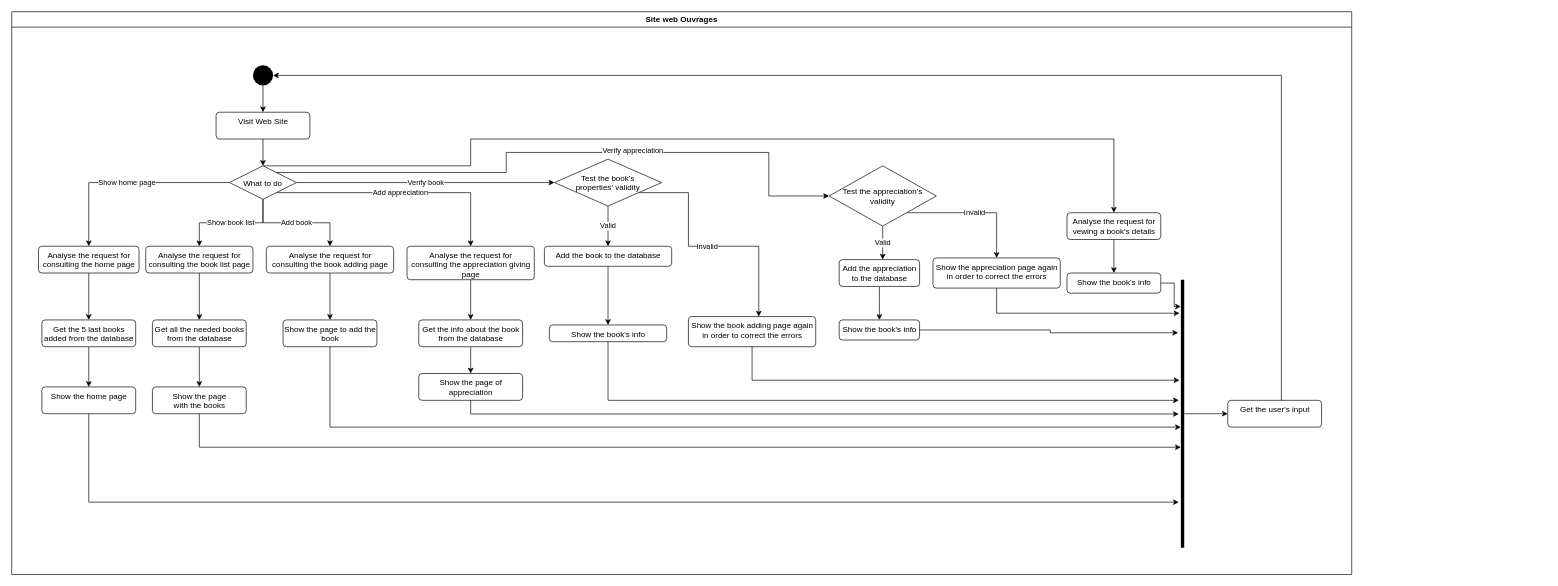
The draw.io diagram 01-Documents/UML/02-Activity/D-P_Web2-AurélienDevaud-UMLActivityDiagram.drawio in dam277/P_Web_2, before the edit. Source tidied: cells renumbered, new cells numbered last; positions are measured from the earlier drawing's top-left corner, leaving out a move shared by most shapes. Both pictures are drawn from the tidied source at 67%, with x=0, y=0 at pixel (11, 11).
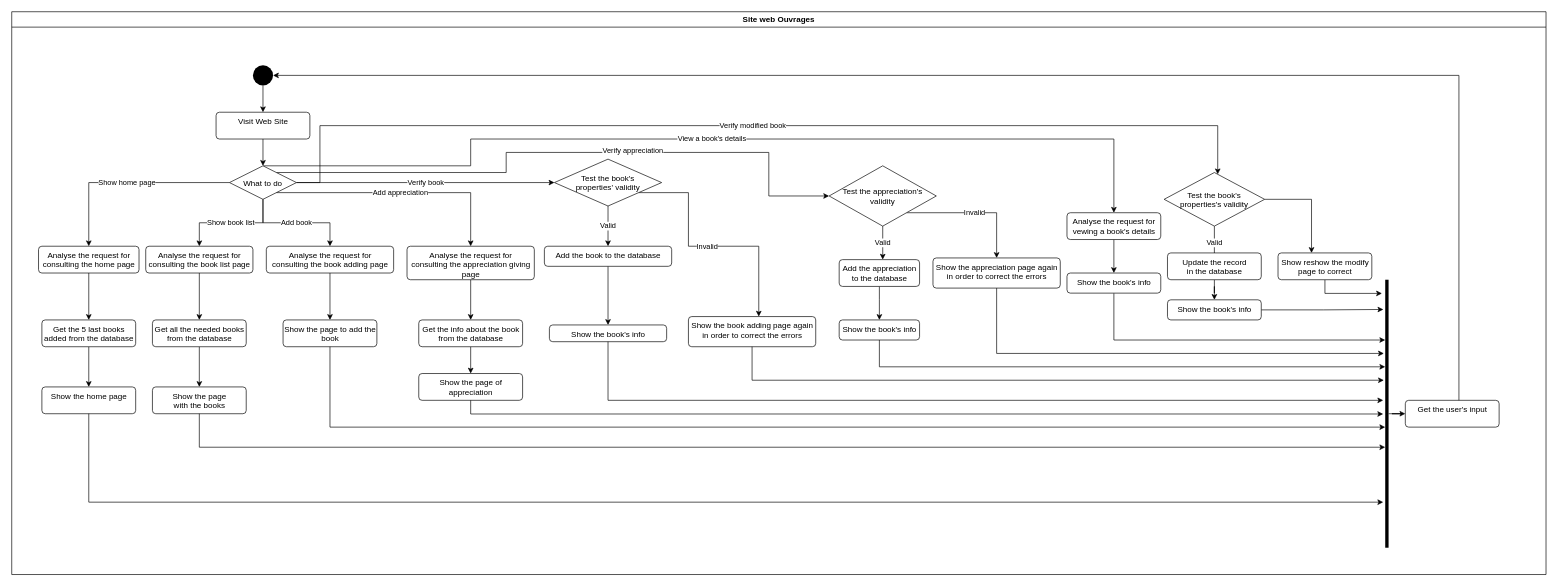
The same diagram, later.

Commit message (it also covers changes not shown here):
Database and class diagram

The change refers to these unchanged cells:
```xml
<mxCell id="4" style="ellipse;fillColor=#000000;strokeColor=none;" parent="2" vertex="1">
  <mxGeometry x="360" y="80" width="30" height="30" as="geometry" />
</mxCell>
<mxCell id="15" value="What to do" style="rhombus;" parent="2" vertex="1">
  <mxGeometry x="325" y="230" width="100" height="50" as="geometry" />
</mxCell>
<mxCell id="46" value="Show the book's info" style="html=1;align=center;verticalAlign=top;rounded=1;absoluteArcSize=1;arcSize=10;dashed=0;" parent="2" vertex="1">
  <mxGeometry x="1235" y="460" width="120" height="30" as="geometry" />
</mxCell>
<mxCell id="59" value="&lt;div&gt;Show the appreciation page again&lt;/div&gt;&lt;div&gt;in order to correct the errors&lt;br&gt;&lt;/div&gt;" style="html=1;align=center;verticalAlign=top;rounded=1;absoluteArcSize=1;arcSize=10;dashed=0;" parent="2" vertex="1">
  <mxGeometry x="1375" y="367.5" width="190" height="45" as="geometry" />
</mxCell>
<mxCell id="61" value="&lt;div&gt;Analyse the request for &lt;br&gt;&lt;/div&gt;&lt;div&gt;vewing a book's details&lt;/div&gt;" style="html=1;align=center;verticalAlign=top;rounded=1;absoluteArcSize=1;arcSize=10;dashed=0;" parent="2" vertex="1">
  <mxGeometry x="1575" y="300" width="140" height="40" as="geometry" />
</mxCell>
<mxCell id="63" value="Show the book's info" style="html=1;align=center;verticalAlign=top;rounded=1;absoluteArcSize=1;arcSize=10;dashed=0;" parent="2" vertex="1">
  <mxGeometry x="1575" y="390" width="140" height="30" as="geometry" />
</mxCell>
```

What changed in the source:
```diff
@@
     <mxCell id="2" value="Site web Ouvrages" style="swimlane;" parent="1" vertex="1">
-      <mxGeometry width="2000" height="840" as="geometry" />
+      <mxGeometry width="2290" height="840" as="geometry" />
     </mxCell>
@@
-    <mxCell id="14" style="edgeStyle=orthogonalEdgeStyle;rounded=0;jettySize=auto;html=1;" parent="2" edge="1" source="15" target="61">
+    <mxCell id="14" value="View a book's details" style="edgeStyle=orthogonalEdgeStyle;rounded=0;jettySize=auto;html=1;" parent="2" edge="1" source="15" target="61">
       <mxGeometry relative="1" as="geometry">
         <Array as="points">
           <mxPoint x="685" y="230" />
           <mxPoint x="685" y="190" />
           <mxPoint x="1645" y="190" />
         </Array>
       </mxGeometry>
     </mxCell>
+    <mxCell id="64" value="Verify modified book" style="edgeStyle=orthogonalEdgeStyle;rounded=0;jettySize=auto;html=1;" parent="2" edge="1" source="15" target="67">
+      <mxGeometry relative="1" as="geometry">
+        <Array as="points">
+          <mxPoint x="460" y="255" />
+          <mxPoint x="460" y="170" />
+          <mxPoint x="1800" y="170" />
+        </Array>
+      </mxGeometry>
+    </mxCell>
@@
     <mxCell id="48" style="html=1;points=[];perimeter=orthogonalPerimeter;fillColor=#000000;strokeColor=none;" parent="2" vertex="1">
-      <mxGeometry x="1745" y="400" width="5" height="400" as="geometry" />
+      <mxGeometry x="2050" y="400" width="5" height="400" as="geometry" />
     </mxCell>
@@
     <mxCell id="50" value="Get the user's input" style="html=1;align=center;verticalAlign=top;rounded=1;absoluteArcSize=1;arcSize=10;dashed=0;" parent="2" vertex="1">
-      <mxGeometry x="1815" y="580" width="140" height="40" as="geometry" />
+      <mxGeometry x="2080" y="580" width="140" height="40" as="geometry" />
     </mxCell>
@@
-    <mxCell id="55" style="edgeStyle=orthogonalEdgeStyle;rounded=0;jettySize=auto;html=1;entryX=-0.8;entryY=0.198;entryDx=0;entryDy=0;entryPerimeter=0;" parent="2" edge="1" source="46" target="48">
-      <mxGeometry relative="1" as="geometry" />
+    <mxCell id="55" style="edgeStyle=orthogonalEdgeStyle;rounded=0;jettySize=auto;html=1;" parent="2" edge="1" source="46">
+      <mxGeometry relative="1" as="geometry">
+        <mxPoint x="2050" y="530" as="targetPoint" />
+        <Array as="points">
+          <mxPoint x="1295" y="530" />
+          <mxPoint x="2046" y="530" />
+        </Array>
+      </mxGeometry>
     </mxCell>
     <mxCell id="56" style="edgeStyle=orthogonalEdgeStyle;rounded=0;jettySize=auto;html=1;" parent="2" edge="1" source="50" target="4">
       <mxGeometry relative="1" as="geometry">
         <Array as="points">
-          <mxPoint x="1895" y="95" />
+          <mxPoint x="2160" y="95" />
         </Array>
       </mxGeometry>
     </mxCell>
@@
-    <mxCell id="58" style="edgeStyle=orthogonalEdgeStyle;rounded=0;jettySize=auto;html=1;entryX=-0.4;entryY=0.125;entryDx=0;entryDy=0;entryPerimeter=0;" parent="2" edge="1" source="59" target="48">
+    <mxCell id="58" style="edgeStyle=orthogonalEdgeStyle;rounded=0;jettySize=auto;html=1;" parent="2" edge="1" source="59">
       <mxGeometry relative="1" as="geometry">
+        <mxPoint x="2048" y="510" as="targetPoint" />
         <Array as="points">
-          <mxPoint x="1470" y="450" />
+          <mxPoint x="1470" y="510" />
+          <mxPoint x="2048" y="510" />
         </Array>
       </mxGeometry>
     </mxCell>
@@
-    <mxCell id="62" style="edgeStyle=orthogonalEdgeStyle;rounded=0;jettySize=auto;html=1;entryX=0;entryY=0.1;entryDx=0;entryDy=0;entryPerimeter=0;" parent="2" edge="1" source="63" target="48">
-      <mxGeometry relative="1" as="geometry" />
+    <mxCell id="62" style="edgeStyle=orthogonalEdgeStyle;rounded=0;jettySize=auto;html=1;" parent="2" edge="1" source="63">
+      <mxGeometry relative="1" as="geometry">
+        <mxPoint x="2050" y="490" as="targetPoint" />
+        <Array as="points">
+          <mxPoint x="1645" y="490" />
+          <mxPoint x="2050" y="490" />
+        </Array>
+      </mxGeometry>
     </mxCell>
@@
+    <mxCell id="65" value="Valid" style="edgeStyle=orthogonalEdgeStyle;rounded=0;jettySize=auto;html=1;" parent="2" edge="1" source="67">
+      <mxGeometry relative="1" as="geometry">
+        <mxPoint x="1795" y="370" as="targetPoint" />
+      </mxGeometry>
+    </mxCell>
+    <mxCell id="66" style="edgeStyle=orthogonalEdgeStyle;rounded=0;jettySize=auto;html=1;" parent="2" edge="1" source="67" target="71">
+      <mxGeometry relative="1" as="geometry">
+        <Array as="points">
+          <mxPoint x="1940" y="280" />
+        </Array>
+      </mxGeometry>
+    </mxCell>
+    <mxCell id="67" value="Test the book's &#10;properties's validity" style="rhombus;" parent="2" vertex="1">
+      <mxGeometry x="1720" y="240" width="150" height="80" as="geometry" />
+    </mxCell>
+    <mxCell id="68" style="edgeStyle=orthogonalEdgeStyle;rounded=0;jettySize=auto;html=1;entryX=-0.558;entryY=0.111;entryDx=0;entryDy=0;entryPerimeter=0;" parent="2" edge="1" source="69" target="48">
+      <mxGeometry relative="1" as="geometry" />
+    </mxCell>
+    <mxCell id="69" value="Show the book's info" style="html=1;align=center;verticalAlign=top;rounded=1;absoluteArcSize=1;arcSize=10;dashed=0;" parent="2" vertex="1">
+      <mxGeometry x="1725" y="430" width="140" height="30" as="geometry" />
+    </mxCell>
+    <mxCell id="70" style="edgeStyle=orthogonalEdgeStyle;rounded=0;jettySize=auto;html=1;entryX=-0.979;entryY=0.051;entryDx=0;entryDy=0;entryPerimeter=0;" parent="2" edge="1" source="71" target="48">
+      <mxGeometry relative="1" as="geometry">
+        <Array as="points">
+          <mxPoint x="1960" y="420" />
+        </Array>
+      </mxGeometry>
+    </mxCell>
+    <mxCell id="71" value="&lt;div&gt;Show reshow the modify &lt;br&gt;&lt;/div&gt;&lt;div&gt;page to correct&lt;/div&gt;" style="html=1;align=center;verticalAlign=top;rounded=1;absoluteArcSize=1;arcSize=10;dashed=0;" parent="2" vertex="1">
+      <mxGeometry x="1890" y="360" width="140" height="40" as="geometry" />
+    </mxCell>
+    <mxCell id="72" style="edgeStyle=orthogonalEdgeStyle;rounded=0;jettySize=auto;html=1;" parent="2" edge="1" source="73" target="69">
+      <mxGeometry relative="1" as="geometry" />
+    </mxCell>
+    <mxCell id="73" value="&lt;div&gt;Update the record &lt;br&gt;&lt;/div&gt;&lt;div&gt;in the database&lt;/div&gt;" style="html=1;align=center;verticalAlign=top;rounded=1;absoluteArcSize=1;arcSize=10;dashed=0;" parent="2" vertex="1">
+      <mxGeometry x="1725" y="360" width="140" height="40" as="geometry" />
+    </mxCell>
```
